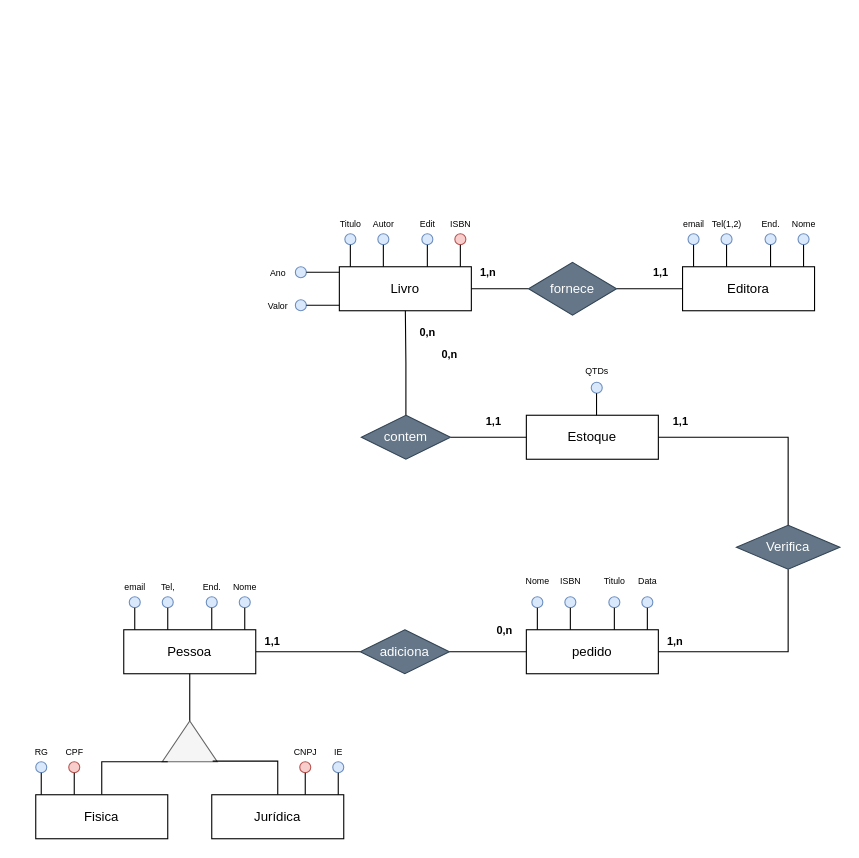
Earlier version of the draw.io diagram 3-Period-IFSI/Banco de Dados/ATV-Modelagem/Exercicio-1-MCBD.drawio (EdOc-PS/IFMG_Sistema-de-Informacao). Source tidied: cells renumbered, new cells numbered last; positions are measured from the earlier drawing's top-left corner, leaving out a move shared by most shapes. Both pictures are drawn from the tidied source at 110%, with x=0, y=0 at pixel (19, 206).
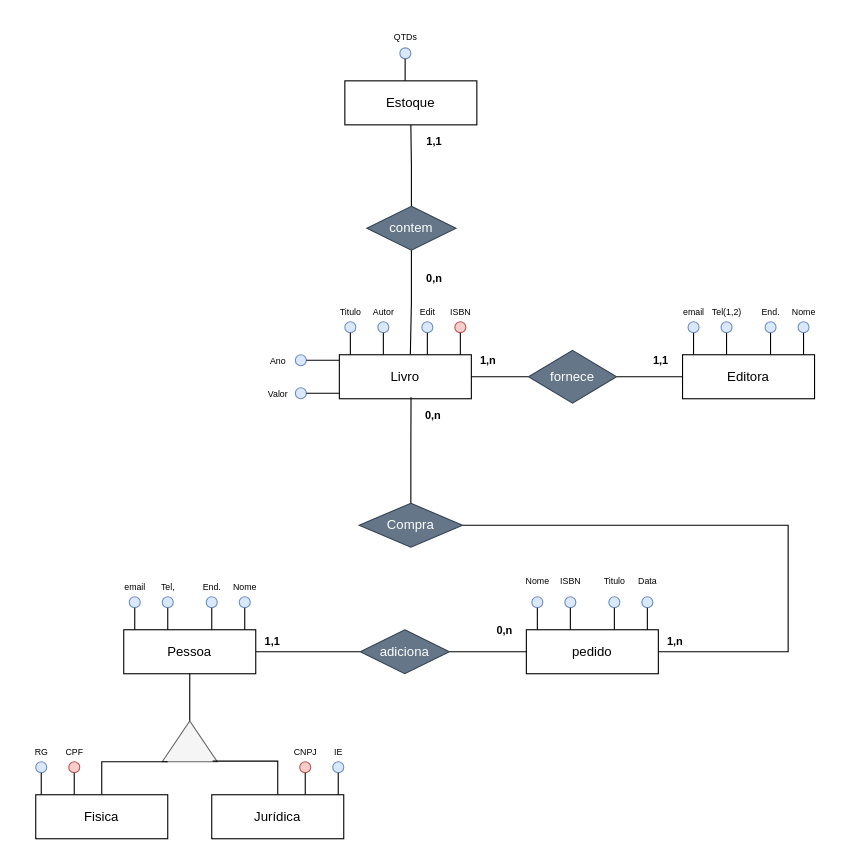
Above is the later version.

Unchanged cells that the change refers to:
```xml
<mxCell id="70" value="pedido" style="rounded=0;whiteSpace=wrap;html=1;" parent="1" vertex="1">
  <mxGeometry x="461" y="385" width="120" height="40" as="geometry" />
</mxCell>
```

What changed in the source:
```diff
@@
     <mxCell id="33" value="Livro" style="rounded=0;whiteSpace=wrap;html=1;" parent="1" vertex="1">
-      <mxGeometry x="291" y="55" width="120" height="40" as="geometry" />
+      <mxGeometry x="291" y="135" width="120" height="40" as="geometry" />
     </mxCell>
     <mxCell id="34" style="ellipse;whiteSpace=wrap;html=1;fillColor=#dae8fc;strokeColor=#6c8ebf;" parent="1" vertex="1">
-      <mxGeometry x="296" y="25" width="10" height="10" as="geometry" />
+      <mxGeometry x="296" y="105" width="10" height="10" as="geometry" />
     </mxCell>
     <mxCell id="35" style="edgeStyle=orthogonalEdgeStyle;rounded=0;jettySize=auto;html=1;endArrow=none;endFill=0;" parent="1" edge="1" source="34">
       <mxGeometry relative="1" as="geometry">
-        <mxPoint x="301" y="55" as="targetPoint" />
+        <mxPoint x="301" y="135" as="targetPoint" />
       </mxGeometry>
     </mxCell>
     <mxCell id="36" value="&lt;span style=&quot;font-size: 8px;&quot;&gt;Titulo&lt;/span&gt;" style="text;html=1;align=center;verticalAlign=middle;strokeColor=none;fillColor=none;" parent="1" vertex="1">
-      <mxGeometry x="281" width="40" height="30" as="geometry" />
+      <mxGeometry x="281" y="80" width="40" height="30" as="geometry" />
     </mxCell>
     <mxCell id="37" style="ellipse;whiteSpace=wrap;html=1;fillColor=#f8cecc;strokeColor=#b85450;" parent="1" vertex="1">
-      <mxGeometry x="396" y="25" width="10" height="10" as="geometry" />
+      <mxGeometry x="396" y="105" width="10" height="10" as="geometry" />
     </mxCell>
     <mxCell id="38" style="edgeStyle=orthogonalEdgeStyle;rounded=0;jettySize=auto;html=1;endArrow=none;endFill=0;" parent="1" edge="1" source="37">
       <mxGeometry relative="1" as="geometry">
-        <mxPoint x="401" y="55" as="targetPoint" />
+        <mxPoint x="401" y="135" as="targetPoint" />
       </mxGeometry>
     </mxCell>
     <mxCell id="39" value="&lt;span style=&quot;font-size: 8px;&quot;&gt;ISBN&lt;/span&gt;" style="text;html=1;align=center;verticalAlign=middle;" parent="1" vertex="1">
-      <mxGeometry x="381" width="40" height="30" as="geometry" />
+      <mxGeometry x="381" y="80" width="40" height="30" as="geometry" />
     </mxCell>
     <mxCell id="40" style="ellipse;whiteSpace=wrap;html=1;fillColor=#dae8fc;strokeColor=#6c8ebf;" parent="1" vertex="1">
-      <mxGeometry x="326" y="25" width="10" height="10" as="geometry" />
+      <mxGeometry x="326" y="105" width="10" height="10" as="geometry" />
     </mxCell>
     <mxCell id="41" style="edgeStyle=orthogonalEdgeStyle;rounded=0;jettySize=auto;html=1;endArrow=none;endFill=0;" parent="1" edge="1" source="40">
       <mxGeometry relative="1" as="geometry">
-        <mxPoint x="331" y="55" as="targetPoint" />
+        <mxPoint x="331" y="135" as="targetPoint" />
       </mxGeometry>
     </mxCell>
     <mxCell id="42" value="&lt;span style=&quot;font-size: 8px;&quot;&gt;Autor&lt;/span&gt;" style="text;html=1;align=center;verticalAlign=middle;strokeColor=none;fillColor=none;" parent="1" vertex="1">
-      <mxGeometry x="311" width="40" height="30" as="geometry" />
+      <mxGeometry x="311" y="80" width="40" height="30" as="geometry" />
     </mxCell>
     <mxCell id="43" style="ellipse;whiteSpace=wrap;html=1;fillColor=#dae8fc;strokeColor=#6c8ebf;" parent="1" vertex="1">
-      <mxGeometry x="366" y="25" width="10" height="10" as="geometry" />
+      <mxGeometry x="366" y="105" width="10" height="10" as="geometry" />
     </mxCell>
     <mxCell id="44" style="edgeStyle=orthogonalEdgeStyle;rounded=0;jettySize=auto;html=1;endArrow=none;endFill=0;" parent="1" edge="1" source="43">
       <mxGeometry relative="1" as="geometry">
-        <mxPoint x="371" y="55" as="targetPoint" />
+        <mxPoint x="371" y="135" as="targetPoint" />
       </mxGeometry>
     </mxCell>
     <mxCell id="45" value="&lt;span style=&quot;font-size: 8px;&quot;&gt;Edit&lt;/span&gt;" style="text;html=1;align=center;verticalAlign=middle;strokeColor=none;fillColor=none;" parent="1" vertex="1">
-      <mxGeometry x="351" width="40" height="30" as="geometry" />
+      <mxGeometry x="351" y="80" width="40" height="30" as="geometry" />
     </mxCell>
     <mxCell id="46" style="ellipse;whiteSpace=wrap;html=1;fillColor=#dae8fc;strokeColor=#6c8ebf;" parent="1" vertex="1">
-      <mxGeometry x="251" y="85" width="10" height="10" as="geometry" />
+      <mxGeometry x="251" y="165" width="10" height="10" as="geometry" />
     </mxCell>
     <mxCell id="47" style="edgeStyle=orthogonalEdgeStyle;rounded=0;jettySize=auto;html=1;endArrow=none;endFill=0;" parent="1" edge="1" source="46">
       <mxGeometry relative="1" as="geometry">
-        <mxPoint x="291" y="90" as="targetPoint" />
+        <mxPoint x="291" y="170" as="targetPoint" />
         <Array as="points">
-          <mxPoint x="291" y="90" />
+          <mxPoint x="291" y="170" />
         </Array>
       </mxGeometry>
     </mxCell>
     <mxCell id="48" value="&lt;span style=&quot;font-size: 8px;&quot;&gt;Valor&lt;/span&gt;" style="text;html=1;align=center;verticalAlign=middle;" parent="1" vertex="1">
-      <mxGeometry x="215" y="75" width="40" height="30" as="geometry" />
+      <mxGeometry x="215" y="155" width="40" height="30" as="geometry" />
     </mxCell>
     <mxCell id="49" style="ellipse;whiteSpace=wrap;html=1;fillColor=#dae8fc;strokeColor=#6c8ebf;" parent="1" vertex="1">
-      <mxGeometry x="251" y="55" width="10" height="10" as="geometry" />
+      <mxGeometry x="251" y="135" width="10" height="10" as="geometry" />
     </mxCell>
     <mxCell id="50" style="edgeStyle=orthogonalEdgeStyle;rounded=0;jettySize=auto;html=1;endArrow=none;endFill=0;" parent="1" edge="1" source="49">
       <mxGeometry relative="1" as="geometry">
-        <mxPoint x="291" y="60" as="targetPoint" />
+        <mxPoint x="291" y="140" as="targetPoint" />
         <Array as="points">
-          <mxPoint x="291" y="60" />
+          <mxPoint x="291" y="140" />
         </Array>
       </mxGeometry>
     </mxCell>
     <mxCell id="51" value="&lt;span style=&quot;font-size: 8px;&quot;&gt;Ano&lt;/span&gt;" style="text;html=1;align=center;verticalAlign=middle;" parent="1" vertex="1">
-      <mxGeometry x="215" y="45" width="40" height="30" as="geometry" />
+      <mxGeometry x="215" y="125" width="40" height="30" as="geometry" />
     </mxCell>
     <mxCell id="52" value="Editora" style="rounded=0;whiteSpace=wrap;html=1;" parent="1" vertex="1">
-      <mxGeometry x="603" y="55" width="120" height="40" as="geometry" />
+      <mxGeometry x="603" y="135" width="120" height="40" as="geometry" />
     </mxCell>
     <mxCell id="53" style="ellipse;whiteSpace=wrap;html=1;fillColor=#dae8fc;strokeColor=#6c8ebf;" parent="1" vertex="1">
-      <mxGeometry x="608" y="25" width="10" height="10" as="geometry" />
+      <mxGeometry x="608" y="105" width="10" height="10" as="geometry" />
     </mxCell>
     <mxCell id="54" style="edgeStyle=orthogonalEdgeStyle;rounded=0;jettySize=auto;html=1;endArrow=none;endFill=0;" parent="1" edge="1" source="53">
       <mxGeometry relative="1" as="geometry">
-        <mxPoint x="613" y="55" as="targetPoint" />
+        <mxPoint x="613" y="135" as="targetPoint" />
       </mxGeometry>
     </mxCell>
     <mxCell id="55" value="&lt;span style=&quot;font-size: 8px;&quot;&gt;email&lt;/span&gt;" style="text;html=1;align=center;verticalAlign=middle;strokeColor=none;fillColor=none;" parent="1" vertex="1">
-      <mxGeometry x="593" width="40" height="30" as="geometry" />
+      <mxGeometry x="593" y="80" width="40" height="30" as="geometry" />
     </mxCell>
     <mxCell id="56" style="ellipse;whiteSpace=wrap;html=1;fillColor=#dae8fc;strokeColor=#6c8ebf;" parent="1" vertex="1">
-      <mxGeometry x="708" y="25" width="10" height="10" as="geometry" />
+      <mxGeometry x="708" y="105" width="10" height="10" as="geometry" />
     </mxCell>
     <mxCell id="57" style="edgeStyle=orthogonalEdgeStyle;rounded=0;jettySize=auto;html=1;endArrow=none;endFill=0;" parent="1" edge="1" source="56">
       <mxGeometry relative="1" as="geometry">
-        <mxPoint x="713" y="55" as="targetPoint" />
+        <mxPoint x="713" y="135" as="targetPoint" />
       </mxGeometry>
     </mxCell>
     <mxCell id="58" value="&lt;span style=&quot;font-size: 8px;&quot;&gt;Nome&lt;/span&gt;" style="text;html=1;align=center;verticalAlign=middle;strokeColor=none;fillColor=none;" parent="1" vertex="1">
-      <mxGeometry x="693" width="40" height="30" as="geometry" />
+      <mxGeometry x="693" y="80" width="40" height="30" as="geometry" />
     </mxCell>
     <mxCell id="59" style="ellipse;whiteSpace=wrap;html=1;fillColor=#dae8fc;strokeColor=#6c8ebf;" parent="1" vertex="1">
-      <mxGeometry x="638" y="25" width="10" height="10" as="geometry" />
+      <mxGeometry x="638" y="105" width="10" height="10" as="geometry" />
     </mxCell>
     <mxCell id="60" style="edgeStyle=orthogonalEdgeStyle;rounded=0;jettySize=auto;html=1;endArrow=none;endFill=0;" parent="1" edge="1" source="59">
       <mxGeometry relative="1" as="geometry">
-        <mxPoint x="643" y="55" as="targetPoint" />
+        <mxPoint x="643" y="135" as="targetPoint" />
       </mxGeometry>
     </mxCell>
     <mxCell id="61" value="&lt;span style=&quot;font-size: 8px;&quot;&gt;Tel(1,2)&lt;/span&gt;" style="text;html=1;align=center;verticalAlign=middle;strokeColor=none;fillColor=none;" parent="1" vertex="1">
-      <mxGeometry x="618" width="50" height="30" as="geometry" />
+      <mxGeometry x="618" y="80" width="50" height="30" as="geometry" />
     </mxCell>
     <mxCell id="62" style="ellipse;whiteSpace=wrap;html=1;fillColor=#dae8fc;strokeColor=#6c8ebf;" parent="1" vertex="1">
-      <mxGeometry x="678" y="25" width="10" height="10" as="geometry" />
+      <mxGeometry x="678" y="105" width="10" height="10" as="geometry" />
     </mxCell>
     <mxCell id="63" style="edgeStyle=orthogonalEdgeStyle;rounded=0;jettySize=auto;html=1;endArrow=none;endFill=0;" parent="1" edge="1" source="62">
       <mxGeometry relative="1" as="geometry">
-        <mxPoint x="683" y="55" as="targetPoint" />
+        <mxPoint x="683" y="135" as="targetPoint" />
       </mxGeometry>
     </mxCell>
     <mxCell id="64" value="&lt;span style=&quot;font-size: 8px;&quot;&gt;End.&lt;/span&gt;" style="text;html=1;align=center;verticalAlign=middle;strokeColor=none;fillColor=none;" parent="1" vertex="1">
-      <mxGeometry x="663" width="40" height="30" as="geometry" />
+      <mxGeometry x="663" y="80" width="40" height="30" as="geometry" />
     </mxCell>
@@
     <mxCell id="67" value="fornece" style="rhombus;whiteSpace=wrap;html=1;fillColor=#647687;fontColor=#ffffff;strokeColor=#314354;" parent="1" vertex="1">
-      <mxGeometry x="463" y="51" width="80" height="48" as="geometry" />
+      <mxGeometry x="463" y="131" width="80" height="48" as="geometry" />
     </mxCell>
     <mxCell id="68" value="&lt;b&gt;&lt;font style=&quot;font-size: 10px;&quot;&gt;1,n&lt;/font&gt;&lt;/b&gt;" style="text;html=1;align=center;verticalAlign=middle;strokeColor=none;fillColor=none;" parent="1" vertex="1">
-      <mxGeometry x="406" y="45" width="40" height="30" as="geometry" />
+      <mxGeometry x="406" y="125" width="40" height="30" as="geometry" />
     </mxCell>
     <mxCell id="69" value="&lt;b&gt;&lt;font style=&quot;font-size: 10px;&quot;&gt;1,1&lt;/font&gt;&lt;/b&gt;" style="text;html=1;align=center;verticalAlign=middle;strokeColor=none;fillColor=none;" parent="1" vertex="1">
-      <mxGeometry x="563" y="45" width="40" height="30" as="geometry" />
+      <mxGeometry x="563" y="125" width="40" height="30" as="geometry" />
     </mxCell>
@@
-    <mxCell id="83" value="Estoque" style="rounded=0;whiteSpace=wrap;html=1;" parent="1" vertex="1">
-      <mxGeometry x="461" y="190" width="120" height="40" as="geometry" />
-    </mxCell>
-    <mxCell id="84" style="ellipse;whiteSpace=wrap;html=1;fillColor=#dae8fc;strokeColor=#6c8ebf;" parent="1" vertex="1">
-      <mxGeometry x="520" y="160" width="10" height="10" as="geometry" />
-    </mxCell>
-    <mxCell id="85" style="edgeStyle=orthogonalEdgeStyle;rounded=0;orthogonalLoop=1;jettySize=auto;html=1;endArrow=none;endFill=0;" parent="1" edge="1">
-      <mxGeometry relative="1" as="geometry">
-        <mxPoint x="524.8" y="170" as="sourcePoint" />
-        <mxPoint x="524.8" y="190" as="targetPoint" />
-        <Array as="points">
-          <mxPoint x="524.8" y="170" />
-        </Array>
-      </mxGeometry>
-    </mxCell>
-    <mxCell id="86" value="&lt;span style=&quot;font-size: 8px;&quot;&gt;QTDs&lt;/span&gt;" style="text;html=1;align=center;verticalAlign=middle;strokeColor=none;fillColor=none;" parent="1" vertex="1">
-      <mxGeometry x="505" y="134" width="40" height="30" as="geometry" />
-    </mxCell>
-    <mxCell id="87" style="edgeStyle=orthogonalEdgeStyle;rounded=0;jettySize=auto;html=1;entryX=0.5;entryY=1;entryDx=0;entryDy=0;endArrow=none;endFill=0;" parent="1" edge="1" source="89" target="33">
-      <mxGeometry relative="1" as="geometry" />
-    </mxCell>
-    <mxCell id="88" style="edgeStyle=orthogonalEdgeStyle;rounded=0;jettySize=auto;html=1;entryX=0;entryY=0.5;entryDx=0;entryDy=0;endArrow=none;endFill=0;" parent="1" edge="1" source="89" target="83">
+    <mxCell id="88" style="edgeStyle=orthogonalEdgeStyle;rounded=0;jettySize=auto;html=1;entryX=0.5;entryY=1;entryDx=0;entryDy=0;endArrow=none;endFill=0;" parent="1" edge="1" source="89" target="83">
       <mxGeometry relative="1" as="geometry" />
     </mxCell>
     <mxCell id="89" value="contem" style="rhombus;whiteSpace=wrap;html=1;fillColor=#647687;fontColor=#ffffff;strokeColor=#314354;" parent="1" vertex="1">
-      <mxGeometry x="311" y="190" width="81" height="40" as="geometry" />
+      <mxGeometry x="316" width="81" height="40" as="geometry" />
     </mxCell>
-    <mxCell id="90" value="&lt;b&gt;&lt;font style=&quot;font-size: 10px;&quot;&gt;1,1&lt;/font&gt;&lt;/b&gt;" style="text;html=1;align=center;verticalAlign=middle;strokeColor=none;fillColor=none;" parent="1" vertex="1">
-      <mxGeometry x="411" y="180" width="40" height="30" as="geometry" />
-    </mxCell>
     <mxCell id="91" value="&lt;span style=&quot;font-size: 10px;&quot;&gt;&lt;b&gt;0,n&lt;/b&gt;&lt;/span&gt;" style="text;html=1;align=center;verticalAlign=middle;strokeColor=none;fillColor=none;" parent="1" vertex="1">
-      <mxGeometry x="351" y="99" width="40" height="30" as="geometry" />
+      <mxGeometry x="357" y="50" width="40" height="30" as="geometry" />
     </mxCell>
@@
     <mxCell id="95" value="&lt;span style=&quot;font-size: 10px;&quot;&gt;&lt;span&gt;0,n&lt;/span&gt;&lt;/span&gt;" style="text;html=1;align=center;verticalAlign=middle;strokeColor=none;fillColor=none;fontStyle=1;" parent="1" vertex="1">
-      <mxGeometry x="371" y="119" width="40" height="30" as="geometry" />
+      <mxGeometry x="356" y="175" width="40" height="30" as="geometry" />
     </mxCell>
-    <mxCell id="96" style="edgeStyle=orthogonalEdgeStyle;rounded=0;jettySize=auto;html=1;endArrow=none;endFill=0;exitX=0.5;exitY=1;exitDx=0;exitDy=0;" parent="1" edge="1" source="98" target="70">
+    <mxCell id="96" style="edgeStyle=orthogonalEdgeStyle;rounded=0;jettySize=auto;html=1;endArrow=none;endFill=0;exitX=1;exitY=0.5;exitDx=0;exitDy=0;" parent="1" edge="1" source="98" target="70">
       <mxGeometry relative="1" as="geometry">
         <Array as="points">
+          <mxPoint x="699" y="290" />
           <mxPoint x="699" y="405" />
         </Array>
       </mxGeometry>
     </mxCell>
-    <mxCell id="97" style="edgeStyle=orthogonalEdgeStyle;rounded=0;jettySize=auto;html=1;endArrow=none;endFill=0;entryX=1;entryY=0.5;entryDx=0;entryDy=0;" parent="1" edge="1" source="98" target="83">
-      <mxGeometry relative="1" as="geometry">
-        <Array as="points">
-          <mxPoint x="699" y="210" />
-        </Array>
-      </mxGeometry>
-    </mxCell>
+    <mxCell id="103" style="edgeStyle=orthogonalEdgeStyle;rounded=0;jettySize=auto;html=1;entryX=0.543;entryY=0.964;entryDx=0;entryDy=0;entryPerimeter=0;endArrow=none;endFill=0;" parent="1" edge="1" source="98" target="33">
+      <mxGeometry relative="1" as="geometry" />
+    </mxCell>
-    <mxCell id="98" value="Verifica" style="rhombus;whiteSpace=wrap;html=1;fillColor=#647687;fontColor=#ffffff;strokeColor=#314354;" parent="1" vertex="1">
-      <mxGeometry x="652" y="290" width="94" height="40" as="geometry" />
+    <mxCell id="98" value="Compra" style="rhombus;whiteSpace=wrap;html=1;fillColor=#647687;fontColor=#ffffff;strokeColor=#314354;" parent="1" vertex="1">
+      <mxGeometry x="309" y="270" width="94" height="40" as="geometry" />
     </mxCell>
@@
-    <mxCell id="100" value="&lt;span style=&quot;font-size: 10px;&quot;&gt;&lt;b&gt;1,1&lt;/b&gt;&lt;/span&gt;" style="text;html=1;align=center;verticalAlign=middle;strokeColor=none;fillColor=none;" parent="1" vertex="1">
-      <mxGeometry x="581" y="180" width="40" height="30" as="geometry" />
-    </mxCell>
@@
+    <mxCell id="83" value="Estoque" style="rounded=0;whiteSpace=wrap;html=1;" parent="1" vertex="1">
+      <mxGeometry x="296" y="-114" width="120" height="40" as="geometry" />
+    </mxCell>
+    <mxCell id="104" style="ellipse;whiteSpace=wrap;html=1;fillColor=#dae8fc;strokeColor=#6c8ebf;" parent="1" vertex="1">
+      <mxGeometry x="346" y="-144" width="10" height="10" as="geometry" />
+    </mxCell>
+    <mxCell id="105" style="edgeStyle=orthogonalEdgeStyle;rounded=0;orthogonalLoop=1;jettySize=auto;html=1;endArrow=none;endFill=0;" parent="1" edge="1">
+      <mxGeometry relative="1" as="geometry">
+        <mxPoint x="350.8" y="-134" as="sourcePoint" />
+        <mxPoint x="350.8" y="-114" as="targetPoint" />
+        <Array as="points">
+          <mxPoint x="350.8" y="-134" />
+        </Array>
+      </mxGeometry>
+    </mxCell>
+    <mxCell id="86" value="&lt;span style=&quot;font-size: 8px;&quot;&gt;QTDs&lt;/span&gt;" style="text;html=1;align=center;verticalAlign=middle;strokeColor=none;fillColor=none;" parent="1" vertex="1">
+      <mxGeometry x="331" y="-170" width="40" height="30" as="geometry" />
+    </mxCell>
+    <mxCell id="100" value="&lt;span style=&quot;font-size: 10px;&quot;&gt;&lt;b&gt;1,1&lt;/b&gt;&lt;/span&gt;" style="text;html=1;align=center;verticalAlign=middle;strokeColor=none;fillColor=none;" parent="1" vertex="1">
+      <mxGeometry x="357" y="-74" width="40" height="30" as="geometry" />
+    </mxCell>
+    <mxCell id="87" style="edgeStyle=orthogonalEdgeStyle;rounded=0;jettySize=auto;html=1;entryX=0.538;entryY=-0.007;entryDx=0;entryDy=0;entryPerimeter=0;endArrow=none;endFill=0;" parent="1" edge="1" source="89" target="33">
+      <mxGeometry relative="1" as="geometry" />
+    </mxCell>
```
